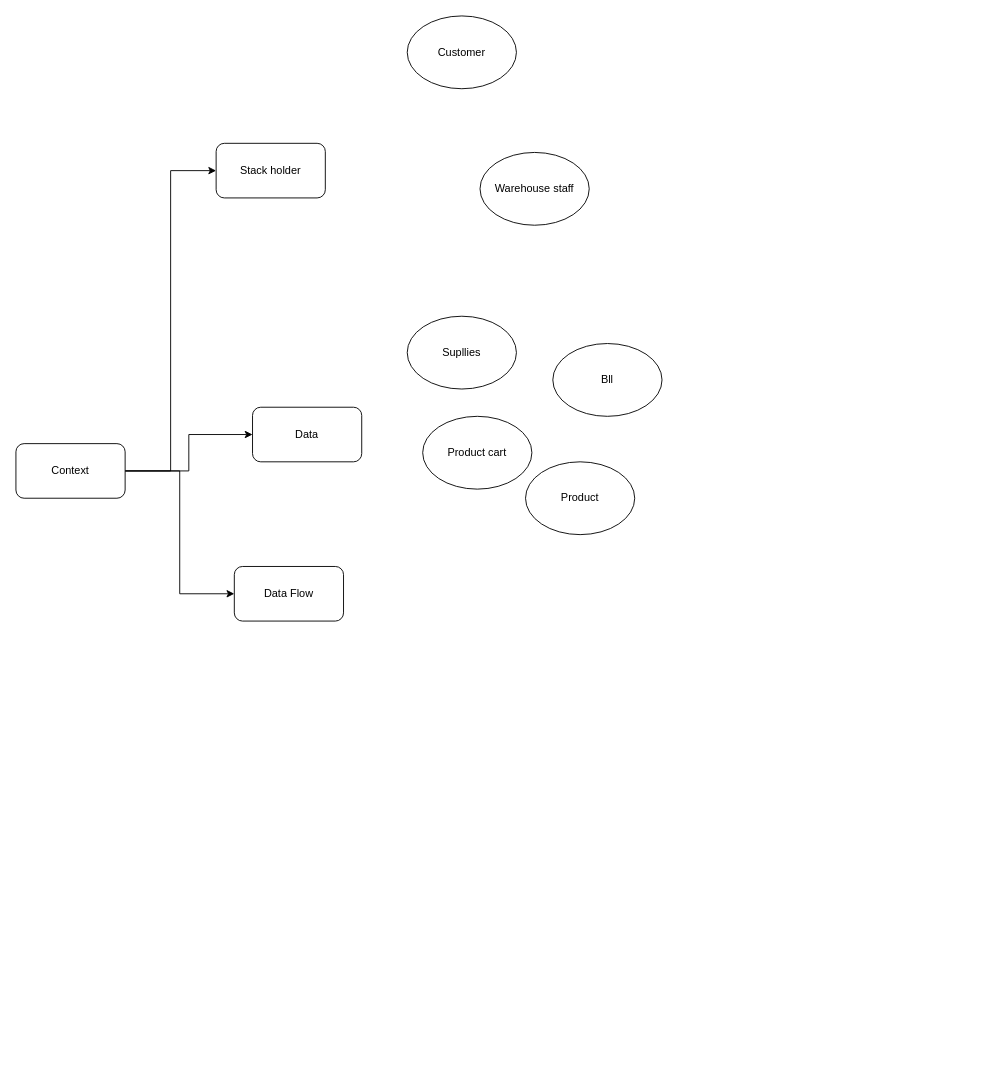
PhamAn-3z/ACoin keeps this draw.io diagram as Biểu đồ không có tiêu đề.drawio. Above is the earlier version. Source tidied: cells renumbered, new cells numbered last; positions are measured from the earlier drawing's top-left corner, leaving out a move shared by most shapes. Both pictures are drawn from the tidied source at 91%, with x=0, y=0 at pixel (15, 15).
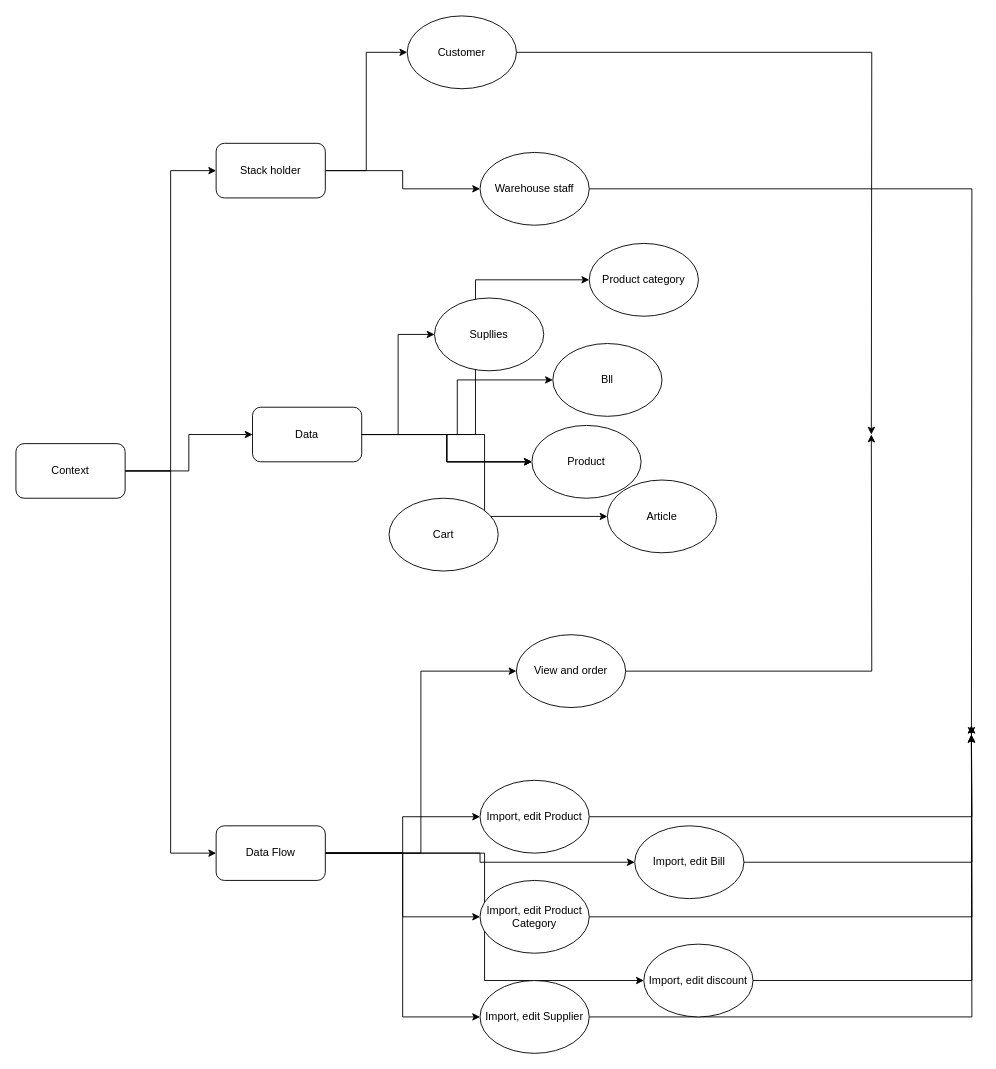
The same page after the edit.

Commit message:
Cập nhật Biểu đồ không có tiêu đề.drawio

Unchanged cells that the change refers to:
```xml
<mxCell id="6" value="Stack holder" style="rounded=1;whiteSpace=wrap;html=1;" parent="1" vertex="1">
  <mxGeometry x="220" y="140" width="120" height="60" as="geometry" />
</mxCell>
<mxCell id="7" value="Data" style="rounded=1;whiteSpace=wrap;html=1;" parent="1" vertex="1">
  <mxGeometry x="260" y="430" width="120" height="60" as="geometry" />
</mxCell>
<mxCell id="9" value="Customer" style="ellipse;whiteSpace=wrap;html=1;" parent="1" vertex="1">
  <mxGeometry x="430" width="120" height="80" as="geometry" />
</mxCell>
<mxCell id="10" value="Warehouse staff" style="ellipse;whiteSpace=wrap;html=1;" parent="1" vertex="1">
  <mxGeometry x="510" y="150" width="120" height="80" as="geometry" />
</mxCell>
<mxCell id="14" value="Bll" style="ellipse;whiteSpace=wrap;html=1;" parent="1" vertex="1">
  <mxGeometry x="590" y="360" width="120" height="80" as="geometry" />
</mxCell>
```

What changed in the source:
```diff
@@
+    <mxCell id="15" style="edgeStyle=orthogonalEdgeStyle;rounded=0;jettySize=auto;html=1;entryX=0;entryY=0.5;entryDx=0;entryDy=0;" parent="1" edge="1" source="6" target="9">
+      <mxGeometry relative="1" as="geometry" />
+    </mxCell>
+    <mxCell id="16" style="edgeStyle=orthogonalEdgeStyle;rounded=0;jettySize=auto;html=1;entryX=0;entryY=0.5;entryDx=0;entryDy=0;" parent="1" edge="1" source="6" target="10">
+      <mxGeometry relative="1" as="geometry" />
+    </mxCell>
@@
+    <mxCell id="17" style="edgeStyle=orthogonalEdgeStyle;rounded=0;jettySize=auto;html=1;entryX=0;entryY=0.5;entryDx=0;entryDy=0;exitX=1;exitY=0.5;exitDx=0;exitDy=0;" parent="1" edge="1" source="7" target="42">
+      <mxGeometry relative="1" as="geometry" />
+    </mxCell>
+    <mxCell id="18" style="edgeStyle=orthogonalEdgeStyle;rounded=0;jettySize=auto;html=1;entryX=0;entryY=0.5;entryDx=0;entryDy=0;" parent="1" edge="1" source="7" target="11">
+      <mxGeometry relative="1" as="geometry" />
+    </mxCell>
+    <mxCell id="19" style="edgeStyle=orthogonalEdgeStyle;rounded=0;jettySize=auto;html=1;entryX=0;entryY=0.5;entryDx=0;entryDy=0;" parent="1" edge="1" source="7" target="13">
+      <mxGeometry relative="1" as="geometry" />
+    </mxCell>
+    <mxCell id="20" style="edgeStyle=orthogonalEdgeStyle;rounded=0;jettySize=auto;html=1;entryX=0;entryY=0.5;entryDx=0;entryDy=0;" parent="1" edge="1" source="7" target="14">
+      <mxGeometry relative="1" as="geometry" />
+    </mxCell>
+    <mxCell id="21" style="edgeStyle=orthogonalEdgeStyle;rounded=0;jettySize=auto;html=1;entryX=0;entryY=0.5;entryDx=0;entryDy=0;" parent="1" edge="1" source="7" target="12">
+      <mxGeometry relative="1" as="geometry" />
+    </mxCell>
@@
+    <mxCell id="22" style="edgeStyle=orthogonalEdgeStyle;rounded=0;jettySize=auto;html=1;entryX=0;entryY=0.5;entryDx=0;entryDy=0;" parent="1" edge="1" source="8" target="31">
+      <mxGeometry relative="1" as="geometry" />
+    </mxCell>
+    <mxCell id="23" style="edgeStyle=orthogonalEdgeStyle;rounded=0;jettySize=auto;html=1;entryX=0;entryY=0.5;entryDx=0;entryDy=0;" parent="1" edge="1" source="8" target="33">
+      <mxGeometry relative="1" as="geometry" />
+    </mxCell>
+    <mxCell id="24" style="edgeStyle=orthogonalEdgeStyle;rounded=0;jettySize=auto;html=1;entryX=0;entryY=0.5;entryDx=0;entryDy=0;" parent="1" edge="1" source="8" target="39">
+      <mxGeometry relative="1" as="geometry" />
+    </mxCell>
+    <mxCell id="25" style="edgeStyle=orthogonalEdgeStyle;rounded=0;jettySize=auto;html=1;entryX=0;entryY=0.5;entryDx=0;entryDy=0;" parent="1" edge="1" source="8" target="35">
+      <mxGeometry relative="1" as="geometry" />
+    </mxCell>
+    <mxCell id="26" style="edgeStyle=orthogonalEdgeStyle;rounded=0;jettySize=auto;html=1;entryX=0;entryY=0.5;entryDx=0;entryDy=0;" parent="1" edge="1" source="8" target="41">
+      <mxGeometry relative="1" as="geometry" />
+    </mxCell>
+    <mxCell id="27" style="edgeStyle=orthogonalEdgeStyle;rounded=0;jettySize=auto;html=1;entryX=0;entryY=0.5;entryDx=0;entryDy=0;" parent="1" edge="1" source="8" target="37">
+      <mxGeometry relative="1" as="geometry" />
+    </mxCell>
     <mxCell id="8" value="Data Flow" style="rounded=1;whiteSpace=wrap;html=1;" parent="1" vertex="1">
-      <mxGeometry x="240" y="605" width="120" height="60" as="geometry" />
+      <mxGeometry x="220" y="890" width="120" height="60" as="geometry" />
     </mxCell>
+    <mxCell id="28" style="edgeStyle=orthogonalEdgeStyle;rounded=0;jettySize=auto;html=1;" parent="1" edge="1" source="9">
+      <mxGeometry relative="1" as="geometry">
+        <mxPoint x="940" y="460" as="targetPoint" />
+      </mxGeometry>
+    </mxCell>
@@
+    <mxCell id="29" style="edgeStyle=orthogonalEdgeStyle;rounded=0;jettySize=auto;html=1;" parent="1" edge="1" source="10">
+      <mxGeometry relative="1" as="geometry">
+        <mxPoint x="1050" y="790" as="targetPoint" />
+      </mxGeometry>
+    </mxCell>
@@
-    <mxCell id="11" value="Product cart" style="ellipse;whiteSpace=wrap;html=1;" parent="1" vertex="1">
-      <mxGeometry x="447" y="440" width="120" height="80" as="geometry" />
+    <mxCell id="11" value="Product category" style="ellipse;whiteSpace=wrap;html=1;" parent="1" vertex="1">
+      <mxGeometry x="630" y="250" width="120" height="80" as="geometry" />
     </mxCell>
-    <mxCell id="12" value="Product" style="ellipse;whiteSpace=wrap;html=1;" parent="1" vertex="1">
-      <mxGeometry x="560" y="490" width="120" height="80" as="geometry" />
-    </mxCell>
     <mxCell id="13" value="Supllies" style="ellipse;whiteSpace=wrap;html=1;" parent="1" vertex="1">
-      <mxGeometry x="430" y="330" width="120" height="80" as="geometry" />
+      <mxGeometry x="460" y="310" width="120" height="80" as="geometry" />
     </mxCell>
@@
+    <mxCell id="30" style="edgeStyle=orthogonalEdgeStyle;rounded=0;jettySize=auto;html=1;" parent="1" edge="1" source="31">
+      <mxGeometry relative="1" as="geometry">
+        <mxPoint x="940" y="460" as="targetPoint" />
+      </mxGeometry>
+    </mxCell>
+    <mxCell id="31" value="View and order" style="ellipse;whiteSpace=wrap;html=1;" parent="1" vertex="1">
+      <mxGeometry x="550" y="680" width="120" height="80" as="geometry" />
+    </mxCell>
+    <mxCell id="32" style="edgeStyle=orthogonalEdgeStyle;rounded=0;jettySize=auto;html=1;" parent="1" edge="1" source="33">
+      <mxGeometry relative="1" as="geometry">
+        <mxPoint x="1050" y="780" as="targetPoint" />
+      </mxGeometry>
+    </mxCell>
+    <mxCell id="33" value="Import, edit Product" style="ellipse;whiteSpace=wrap;html=1;" parent="1" vertex="1">
+      <mxGeometry x="510" y="840" width="120" height="80" as="geometry" />
+    </mxCell>
+    <mxCell id="34" style="edgeStyle=orthogonalEdgeStyle;rounded=0;jettySize=auto;html=1;" parent="1" edge="1" source="35">
+      <mxGeometry relative="1" as="geometry">
+        <mxPoint x="1050" y="790" as="targetPoint" />
+      </mxGeometry>
+    </mxCell>
+    <mxCell id="35" value="Import, edit Product Category" style="ellipse;whiteSpace=wrap;html=1;" parent="1" vertex="1">
+      <mxGeometry x="510" y="950" width="120" height="80" as="geometry" />
+    </mxCell>
+    <mxCell id="36" style="edgeStyle=orthogonalEdgeStyle;rounded=0;jettySize=auto;html=1;" parent="1" edge="1" source="37">
+      <mxGeometry relative="1" as="geometry">
+        <mxPoint x="1050" y="790" as="targetPoint" />
+      </mxGeometry>
+    </mxCell>
+    <mxCell id="37" value="Import, edit Supplier" style="ellipse;whiteSpace=wrap;html=1;" parent="1" vertex="1">
+      <mxGeometry x="510" y="1060" width="120" height="80" as="geometry" />
+    </mxCell>
+    <mxCell id="38" style="edgeStyle=orthogonalEdgeStyle;rounded=0;jettySize=auto;html=1;" parent="1" edge="1" source="39">
+      <mxGeometry relative="1" as="geometry">
+        <mxPoint x="1050" y="780" as="targetPoint" />
+      </mxGeometry>
+    </mxCell>
+    <mxCell id="39" value="Import, edit Bill" style="ellipse;whiteSpace=wrap;html=1;" parent="1" vertex="1">
+      <mxGeometry x="680" y="890" width="120" height="80" as="geometry" />
+    </mxCell>
+    <mxCell id="40" style="edgeStyle=orthogonalEdgeStyle;rounded=0;jettySize=auto;html=1;" parent="1" edge="1" source="41">
+      <mxGeometry relative="1" as="geometry">
+        <mxPoint x="1050" y="790" as="targetPoint" />
+      </mxGeometry>
+    </mxCell>
+    <mxCell id="41" value="Import, edit discount" style="ellipse;whiteSpace=wrap;html=1;" parent="1" vertex="1">
+      <mxGeometry x="690" y="1020" width="120" height="80" as="geometry" />
+    </mxCell>
+    <mxCell id="42" value="Article" style="ellipse;whiteSpace=wrap;html=1;" parent="1" vertex="1">
+      <mxGeometry x="650" y="510" width="120" height="80" as="geometry" />
+    </mxCell>
+    <mxCell id="43" style="edgeStyle=orthogonalEdgeStyle;rounded=0;jettySize=auto;html=1;entryX=0;entryY=0.5;entryDx=0;entryDy=0;" parent="1" edge="1" source="7" target="12">
+      <mxGeometry relative="1" as="geometry" />
+    </mxCell>
+    <mxCell id="44" style="edgeStyle=orthogonalEdgeStyle;rounded=0;jettySize=auto;html=1;entryX=0;entryY=0.5;entryDx=0;entryDy=0;exitX=1;exitY=0.5;exitDx=0;exitDy=0;" parent="1" edge="1" source="7" target="12">
+      <mxGeometry relative="1" as="geometry" />
+    </mxCell>
+    <mxCell id="12" value="Product" style="ellipse;whiteSpace=wrap;html=1;" parent="1" vertex="1">
+      <mxGeometry x="567" y="450" width="120" height="80" as="geometry" />
+    </mxCell>
+    <mxCell id="45" value="Cart" style="ellipse;whiteSpace=wrap;html=1;" parent="1" vertex="1">
+      <mxGeometry x="410" y="530" width="120" height="80" as="geometry" />
+    </mxCell>
```
